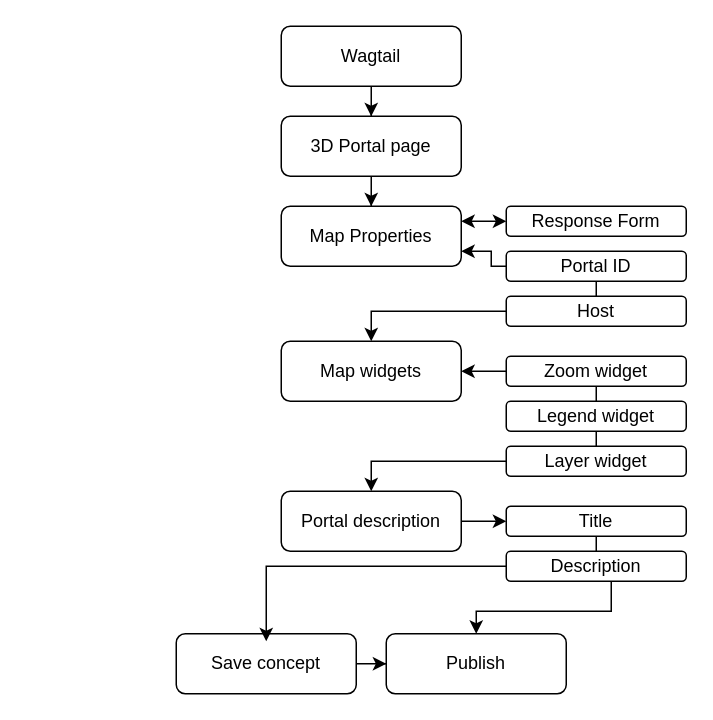
Before: Concept/ActivityDiagram-user.drawio in semnijenhuis/3D-ArcGisProject, a draw.io diagram. Source tidied: cells renumbered, new cells numbered last; positions are measured from the earlier drawing's top-left corner, leaving out a move shared by most shapes. Both pictures are drawn from the tidied source at 150%, with x=0, y=0 at pixel (176, 26).
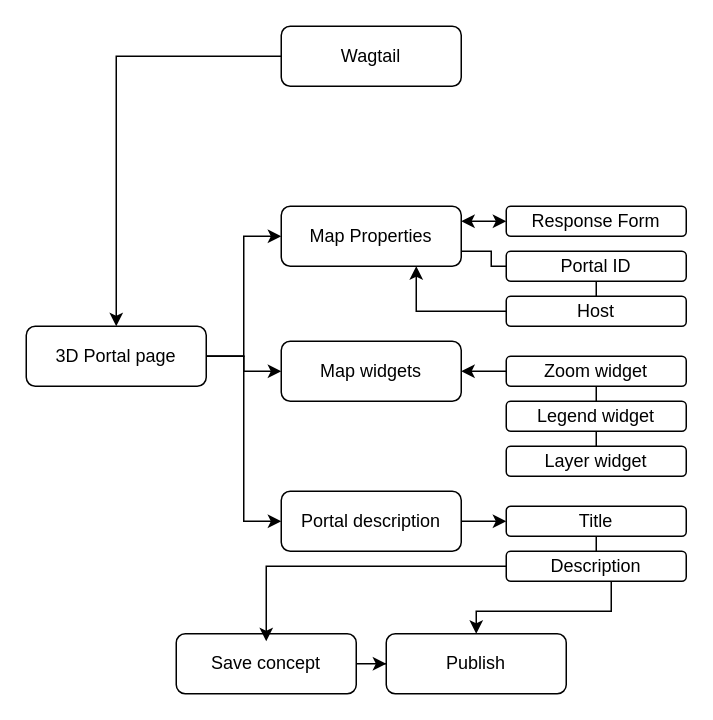
The same diagram, later.

The change refers to these unchanged cells:
```xml
<mxCell id="8" value="Map Properties" style="rounded=1;whiteSpace=wrap;html=1;fontSize=12;glass=0;strokeWidth=1;shadow=0;" parent="1" vertex="1">
  <mxGeometry x="70" y="120" width="120" height="40" as="geometry" />
</mxCell>
<mxCell id="10" value="Map widgets" style="rounded=1;whiteSpace=wrap;html=1;fontSize=12;glass=0;strokeWidth=1;shadow=0;" parent="1" vertex="1">
  <mxGeometry x="70" y="210" width="120" height="40" as="geometry" />
</mxCell>
<mxCell id="12" value="Portal ID" style="rounded=1;whiteSpace=wrap;html=1;fontSize=12;glass=0;strokeWidth=1;shadow=0;" parent="1" vertex="1">
  <mxGeometry x="220" y="150" width="120" height="20" as="geometry" />
</mxCell>
<mxCell id="14" value="Host" style="rounded=1;whiteSpace=wrap;html=1;fontSize=12;glass=0;strokeWidth=1;shadow=0;" parent="1" vertex="1">
  <mxGeometry x="220" y="180" width="120" height="20" as="geometry" />
</mxCell>
<mxCell id="21" value="Layer widget" style="rounded=1;whiteSpace=wrap;html=1;fontSize=12;glass=0;strokeWidth=1;shadow=0;" parent="1" vertex="1">
  <mxGeometry x="220" y="280" width="120" height="20" as="geometry" />
</mxCell>
<mxCell id="23" value="Portal description" style="rounded=1;whiteSpace=wrap;html=1;fontSize=12;glass=0;strokeWidth=1;shadow=0;" parent="1" vertex="1">
  <mxGeometry x="70" y="310" width="120" height="40" as="geometry" />
</mxCell>
```

Change to the diagram source:
```diff
@@
-    <mxCell id="4" style="edgeStyle=orthogonalEdgeStyle;rounded=0;jettySize=auto;html=1;entryX=0.5;entryY=0;entryDx=0;entryDy=0;" parent="1" edge="1" source="5" target="8">
+    <mxCell id="4" style="edgeStyle=orthogonalEdgeStyle;rounded=0;jettySize=auto;html=1;entryX=0;entryY=0.5;entryDx=0;entryDy=0;" parent="1" edge="1" source="5" target="8">
       <mxGeometry relative="1" as="geometry" />
     </mxCell>
+    <mxCell id="32" style="edgeStyle=orthogonalEdgeStyle;rounded=0;jettySize=auto;html=1;entryX=0;entryY=0.5;entryDx=0;entryDy=0;" parent="1" edge="1" source="5" target="10">
+      <mxGeometry relative="1" as="geometry" />
+    </mxCell>
+    <mxCell id="33" style="edgeStyle=orthogonalEdgeStyle;rounded=0;jettySize=auto;html=1;entryX=0;entryY=0.5;entryDx=0;entryDy=0;" parent="1" edge="1" source="5" target="23">
+      <mxGeometry relative="1" as="geometry" />
+    </mxCell>
     <mxCell id="5" value="3D Portal page" style="rounded=1;whiteSpace=wrap;html=1;fontSize=12;glass=0;strokeWidth=1;shadow=0;" parent="1" vertex="1">
-      <mxGeometry x="70" y="60" width="120" height="40" as="geometry" />
+      <mxGeometry x="-100" y="200" width="120" height="40" as="geometry" />
     </mxCell>
@@
-    <mxCell id="7" style="edgeStyle=orthogonalEdgeStyle;rounded=0;jettySize=auto;html=1;exitX=1;exitY=0.75;exitDx=0;exitDy=0;startArrow=classic;startFill=1;endArrow=none;endFill=0;" parent="1" edge="1" source="8" target="12">
+    <mxCell id="7" style="edgeStyle=orthogonalEdgeStyle;rounded=0;jettySize=auto;html=1;exitX=1;exitY=0.75;exitDx=0;exitDy=0;startArrow=none;startFill=0;endArrow=none;endFill=0;" parent="1" edge="1" source="8" target="12">
       <mxGeometry relative="1" as="geometry" />
     </mxCell>
@@
-    <mxCell id="13" style="edgeStyle=orthogonalEdgeStyle;rounded=0;jettySize=auto;html=1;entryX=0.5;entryY=0;entryDx=0;entryDy=0;" parent="1" edge="1" source="14" target="10">
-      <mxGeometry relative="1" as="geometry" />
-    </mxCell>
+    <mxCell id="34" style="edgeStyle=orthogonalEdgeStyle;rounded=0;jettySize=auto;html=1;entryX=0.75;entryY=1;entryDx=0;entryDy=0;" parent="1" edge="1" source="14" target="8">
+      <mxGeometry relative="1" as="geometry" />
+    </mxCell>
@@
-    <mxCell id="20" style="edgeStyle=orthogonalEdgeStyle;rounded=0;jettySize=auto;html=1;entryX=0.5;entryY=0;entryDx=0;entryDy=0;" parent="1" edge="1" source="21" target="23">
-      <mxGeometry relative="1" as="geometry" />
-    </mxCell>
```
